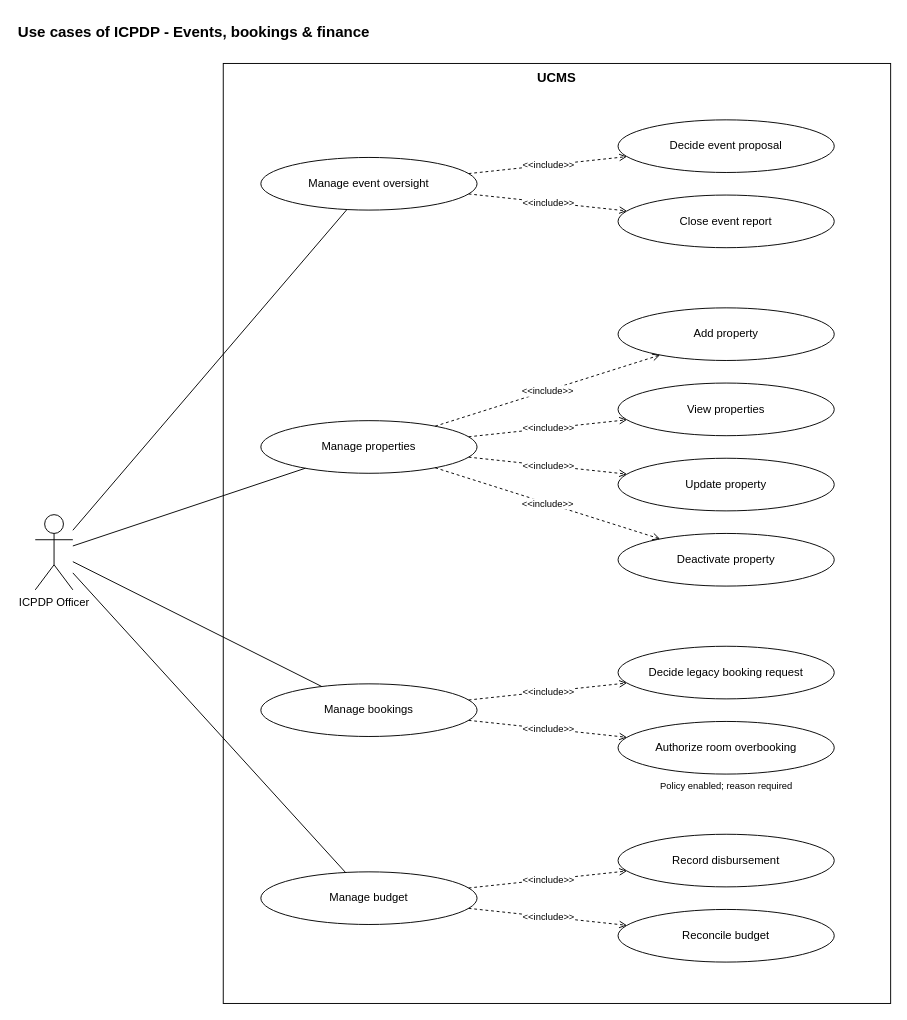
Earlier version of the draw.io diagram page "ICPDP 2 - Events, bookings & finance" (8 of 9) of docs/03-diagrams/UCMS_UseCase_ByActor.drawio (nvdekay/ClubManagementSystem). Source tidied: cells renumbered, new cells numbered last; positions are measured from the earlier drawing's top-left corner, leaving out a move shared by most shapes. Both pictures are drawn from the tidied source at 94%, with x=0, y=0 at pixel (16, 16).
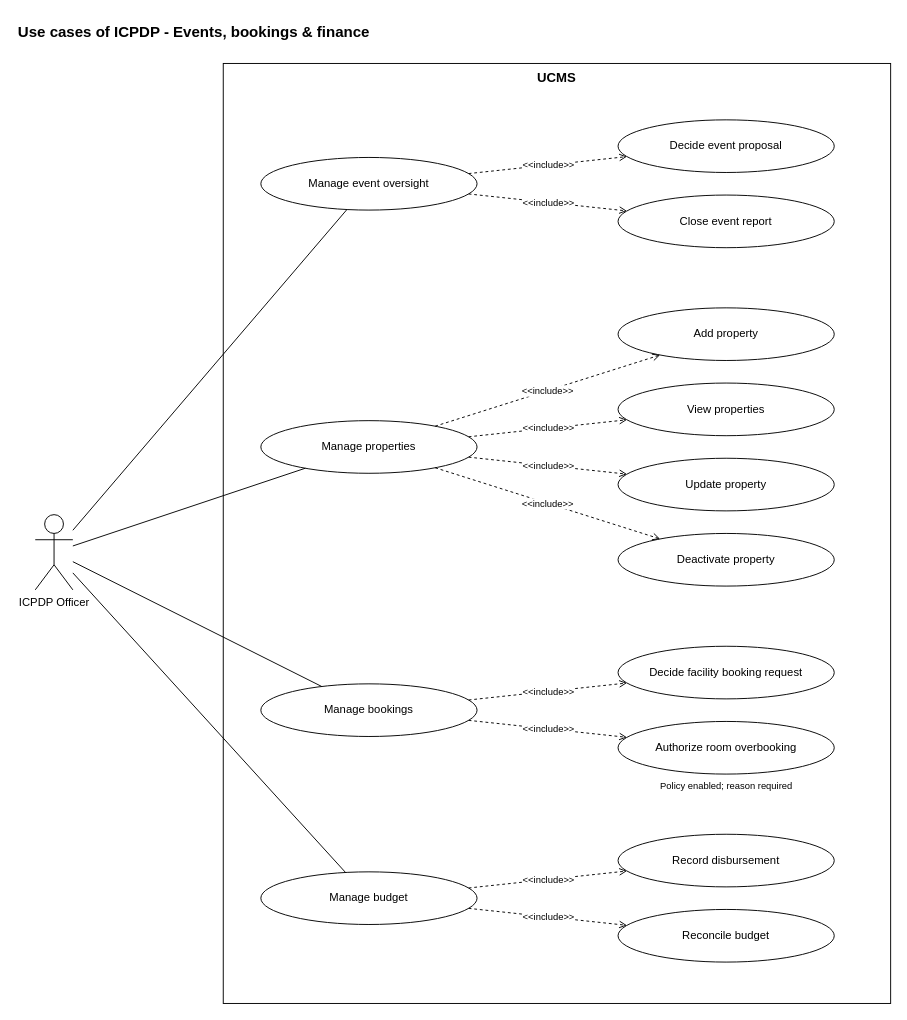
The same page after the edit.

What changed in the source:
```diff
@@
-    <mxCell id="23" value="Decide legacy booking request" style="ellipse;whiteSpace=wrap;html=1;fillColor=#ffffff;strokeColor=#000000;fontSize=12;" parent="1" vertex="1">
+    <mxCell id="23" value="Decide facility booking request" style="ellipse;whiteSpace=wrap;html=1;fillColor=#ffffff;strokeColor=#000000;fontSize=12;" parent="1" vertex="1">
       <mxGeometry x="640" y="670" width="230" height="56" as="geometry" />
     </mxCell>
```
